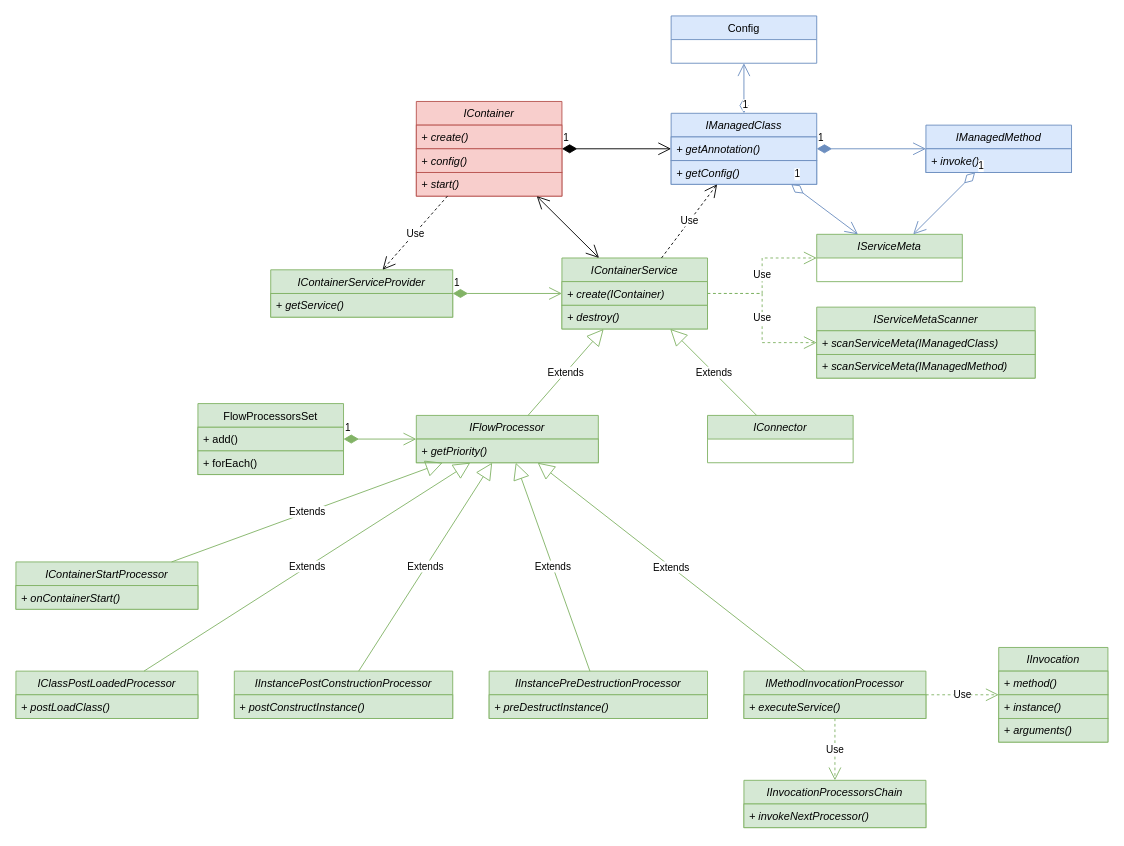
js-lib-com/tiny-container keeps this draw.io diagram as page "Container Service Classes" (3 of 10) of docs/container.drawio. Above is the earlier version. Source tidied: cells renumbered, new cells numbered last; positions are measured from the earlier drawing's top-left corner, leaving out a move shared by most shapes. Both pictures are drawn from the tidied source at 91%, with x=0, y=0 at pixel (15, 15).
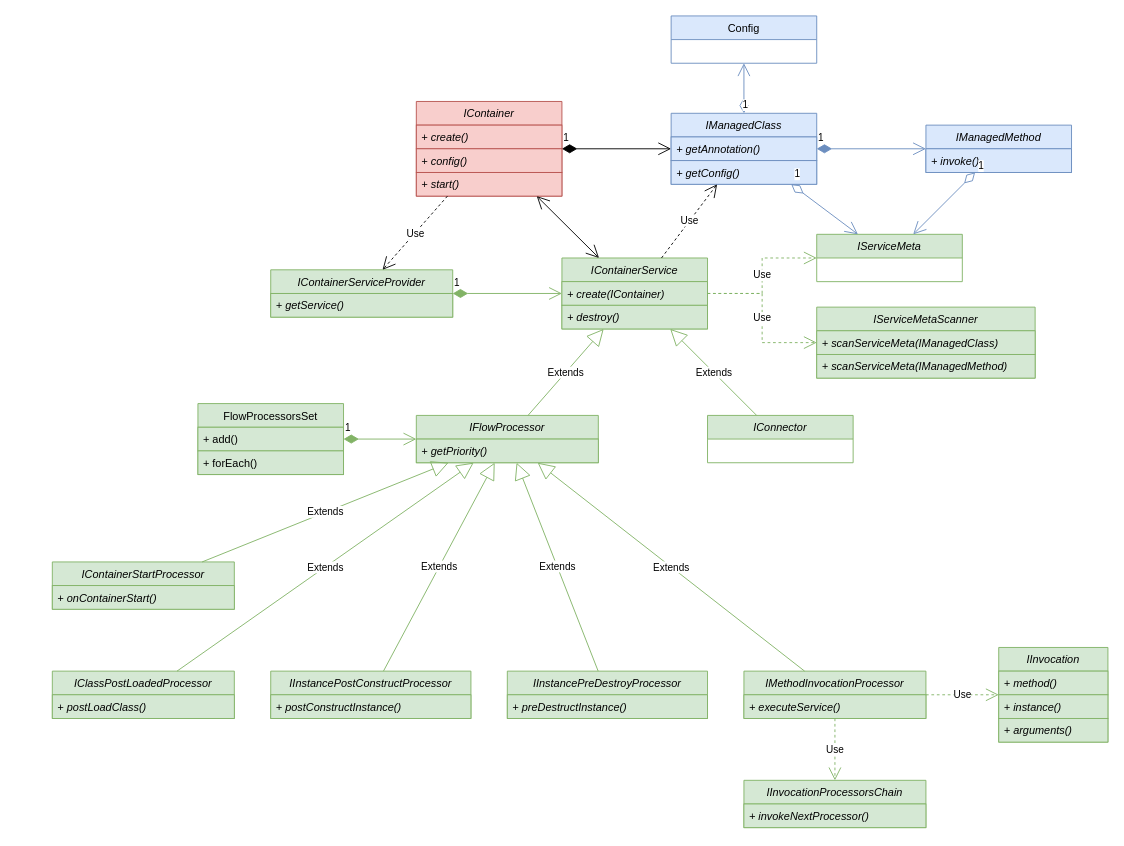
After the change.

The edit, as a diff of the source:
```diff
@@
     <mxCell id="13" value="IClassPostLoadedProcessor" style="swimlane;fontStyle=2;horizontal=1;startSize=26;fillColor=#d5e8d4;strokeColor=#82b366;" parent="1" vertex="1">
-      <mxGeometry y="720" width="200" height="52" as="geometry" />
+      <mxGeometry x="40" y="720" width="200" height="52" as="geometry" />
     </mxCell>
@@
-    <mxCell id="15" value="IInstancePostConstructionProcessor" style="swimlane;fontStyle=2;horizontal=1;startSize=26;fillColor=#d5e8d4;strokeColor=#82b366;" parent="1" vertex="1">
-      <mxGeometry x="240" y="720" width="240" height="52" as="geometry" />
+    <mxCell id="15" value="IInstancePostConstructProcessor" style="swimlane;fontStyle=2;horizontal=1;startSize=26;fillColor=#d5e8d4;strokeColor=#82b366;" parent="1" vertex="1">
+      <mxGeometry x="280" y="720" width="220" height="52" as="geometry" />
     </mxCell>
     <mxCell id="16" value="+ postConstructInstance()" style="text;strokeColor=#82b366;fillColor=#d5e8d4;align=left;verticalAlign=top;spacingLeft=4;spacingRight=4;overflow=hidden;fontStyle=2;" parent="15" vertex="1">
-      <mxGeometry y="26" width="240" height="26" as="geometry" />
+      <mxGeometry y="26" width="220" height="26" as="geometry" />
     </mxCell>
-    <mxCell id="17" value="IInstancePreDestructionProcessor" style="swimlane;fontStyle=2;horizontal=1;startSize=26;fillColor=#d5e8d4;strokeColor=#82b366;" parent="1" vertex="1">
-      <mxGeometry x="520" y="720" width="240" height="52" as="geometry" />
+    <mxCell id="17" value="IInstancePreDestroyProcessor" style="swimlane;fontStyle=2;horizontal=1;startSize=26;fillColor=#d5e8d4;strokeColor=#82b366;" parent="1" vertex="1">
+      <mxGeometry x="540" y="720" width="220" height="52" as="geometry" />
     </mxCell>
     <mxCell id="18" value="+ preDestructInstance()" style="text;strokeColor=#82b366;fillColor=#d5e8d4;align=left;verticalAlign=top;spacingLeft=4;spacingRight=4;overflow=hidden;fontStyle=2;" parent="17" vertex="1">
-      <mxGeometry y="26" width="240" height="26" as="geometry" />
+      <mxGeometry y="26" width="220" height="26" as="geometry" />
     </mxCell>
@@
     <mxCell id="61" value="IContainerStartProcessor" style="swimlane;fontStyle=2;horizontal=1;startSize=26;fillColor=#d5e8d4;strokeColor=#82b366;" parent="1" vertex="1">
-      <mxGeometry y="600" width="200" height="52" as="geometry" />
+      <mxGeometry x="40" y="600" width="200" height="52" as="geometry" />
     </mxCell>
```
